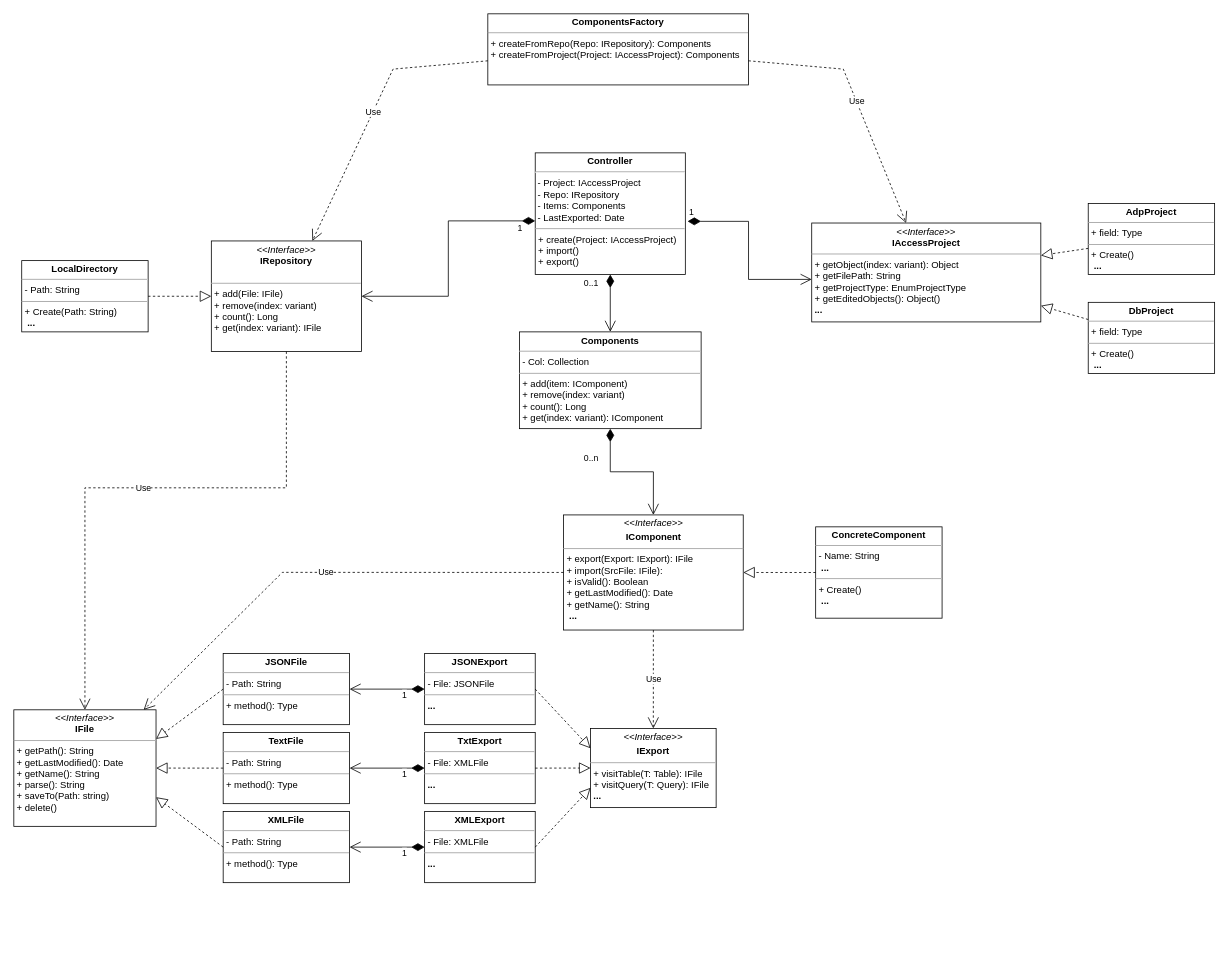
Above: Class Diagram.drawio in Whiskeyless/msaccess-vcs-integration (draw.io), before the change. Source tidied: cells renumbered, new cells numbered last; positions are measured from the earlier drawing's top-left corner, leaving out a move shared by most shapes. Both pictures are drawn from the tidied source at 79%, with x=0, y=0 at pixel (13, 13).
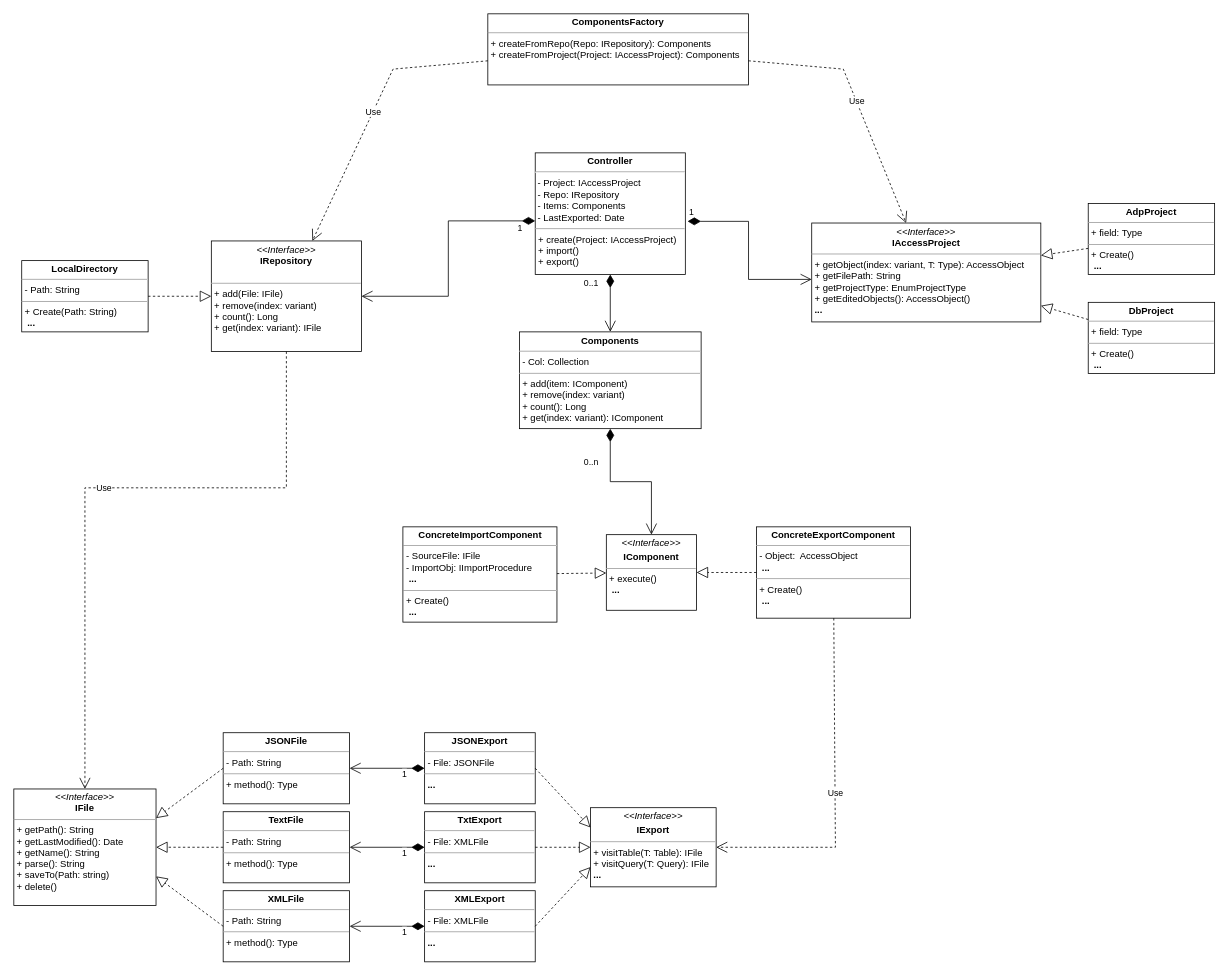
The same diagram, later.

The edit, as a diff of the source:
```diff
@@
-    <mxCell id="2" value="&lt;p style=&quot;margin:0px;margin-top:4px;text-align:center;&quot;&gt;&lt;i&gt;&amp;lt;&amp;lt;Interface&amp;gt;&amp;gt;&lt;b&gt;&lt;br&gt;&lt;/b&gt;&lt;/i&gt;&lt;b&gt;IAccessProject&lt;/b&gt;&lt;/p&gt;&lt;hr size=&quot;1&quot;&gt;&lt;p style=&quot;margin:0px;margin-left:4px;&quot;&gt;+ getObject(index: variant): Object&lt;/p&gt;&lt;p style=&quot;margin:0px;margin-left:4px;&quot;&gt;+ getFilePath: String&lt;/p&gt;&lt;p style=&quot;margin:0px;margin-left:4px;&quot;&gt;+ getProjectType: EnumProjectType&lt;/p&gt;&lt;p style=&quot;margin:0px;margin-left:4px;&quot;&gt;+ getEditedObjects(): Object()&lt;/p&gt;&lt;p style=&quot;margin:0px;margin-left:4px;&quot;&gt;&lt;b&gt;...&lt;/b&gt;&lt;/p&gt;" style="verticalAlign=top;align=left;overflow=fill;fontSize=12;fontFamily=Helvetica;html=1;" parent="1" vertex="1">
+    <mxCell id="2" value="&lt;p style=&quot;margin:0px;margin-top:4px;text-align:center;&quot;&gt;&lt;i&gt;&amp;lt;&amp;lt;Interface&amp;gt;&amp;gt;&lt;b&gt;&lt;br&gt;&lt;/b&gt;&lt;/i&gt;&lt;b&gt;IAccessProject&lt;/b&gt;&lt;/p&gt;&lt;hr size=&quot;1&quot;&gt;&lt;p style=&quot;margin:0px;margin-left:4px;&quot;&gt;+ getObject(index: variant, T: Type): AccessObject&lt;/p&gt;&lt;p style=&quot;margin:0px;margin-left:4px;&quot;&gt;+ getFilePath: String&lt;/p&gt;&lt;p style=&quot;margin:0px;margin-left:4px;&quot;&gt;+ getProjectType: EnumProjectType&lt;/p&gt;&lt;p style=&quot;margin:0px;margin-left:4px;&quot;&gt;+ getEditedObjects(): AccessObject()&lt;/p&gt;&lt;p style=&quot;margin:0px;margin-left:4px;&quot;&gt;&lt;b&gt;...&lt;/b&gt;&lt;/p&gt;" style="verticalAlign=top;align=left;overflow=fill;fontSize=12;fontFamily=Helvetica;html=1;" parent="1" vertex="1">
       <mxGeometry x="1010" y="264.8" width="290" height="125.2" as="geometry" />
     </mxCell>
@@
-    <mxCell id="7" value="&lt;p style=&quot;margin:0px;margin-top:4px;text-align:center;&quot;&gt;&lt;b&gt;ConcreteComponent&lt;/b&gt;&lt;/p&gt;&lt;hr size=&quot;1&quot;&gt;&lt;p style=&quot;margin:0px;margin-left:4px;&quot;&gt;- Name: String&lt;/p&gt;&lt;p style=&quot;margin:0px;margin-left:4px;&quot;&gt;&lt;span style=&quot;background-color: initial;&quot;&gt;&amp;nbsp;&lt;/span&gt;&lt;b style=&quot;background-color: initial;&quot;&gt;...&lt;/b&gt;&lt;br&gt;&lt;/p&gt;&lt;hr size=&quot;1&quot;&gt;&lt;p style=&quot;margin:0px;margin-left:4px;&quot;&gt;+ Create()&lt;/p&gt;&lt;p style=&quot;margin:0px;margin-left:4px;&quot;&gt;&amp;nbsp;&lt;b&gt;...&lt;/b&gt;&lt;/p&gt;" style="verticalAlign=top;align=left;overflow=fill;fontSize=12;fontFamily=Helvetica;html=1;" parent="1" vertex="1">
-      <mxGeometry x="1015" y="649.4" width="160" height="115.6" as="geometry" />
+    <mxCell id="7" value="&lt;p style=&quot;margin:0px;margin-top:4px;text-align:center;&quot;&gt;&lt;b&gt;ConcreteExportComponent&lt;/b&gt;&lt;/p&gt;&lt;hr size=&quot;1&quot;&gt;&lt;p style=&quot;margin:0px;margin-left:4px;&quot;&gt;- Object:&amp;nbsp; AccessObject&lt;/p&gt;&lt;p style=&quot;margin:0px;margin-left:4px;&quot;&gt;&lt;span style=&quot;background-color: initial;&quot;&gt;&amp;nbsp;&lt;/span&gt;&lt;b style=&quot;background-color: initial;&quot;&gt;...&lt;/b&gt;&lt;br&gt;&lt;/p&gt;&lt;hr size=&quot;1&quot;&gt;&lt;p style=&quot;margin:0px;margin-left:4px;&quot;&gt;+ Create()&lt;/p&gt;&lt;p style=&quot;margin:0px;margin-left:4px;&quot;&gt;&amp;nbsp;&lt;b&gt;...&lt;/b&gt;&lt;/p&gt;" style="verticalAlign=top;align=left;overflow=fill;fontSize=12;fontFamily=Helvetica;html=1;" parent="1" vertex="1">
+      <mxGeometry x="940" y="649.4" width="195" height="115.6" as="geometry" />
     </mxCell>
-    <mxCell id="8" value="&lt;p style=&quot;margin:0px;margin-top:4px;text-align:center;&quot;&gt;&lt;i&gt;&amp;lt;&amp;lt;Interface&amp;gt;&amp;gt;&lt;/i&gt;&lt;br&gt;&lt;/p&gt;&lt;p style=&quot;margin:0px;margin-top:4px;text-align:center;&quot;&gt;&lt;b&gt;IComponent&lt;/b&gt;&lt;/p&gt;&lt;hr size=&quot;1&quot;&gt;&lt;p style=&quot;margin: 0px 0px 0px 4px;&quot;&gt;+ export(Export: IExport): IFile&lt;/p&gt;&lt;p style=&quot;margin: 0px 0px 0px 4px;&quot;&gt;+ import(SrcFile: IFile):&lt;/p&gt;&lt;p style=&quot;margin: 0px 0px 0px 4px;&quot;&gt;+ isValid(): Boolean&lt;/p&gt;&lt;p style=&quot;margin: 0px 0px 0px 4px;&quot;&gt;+ getLastModified(): Date&lt;/p&gt;&lt;p style=&quot;margin: 0px 0px 0px 4px;&quot;&gt;+ getName(): String&lt;/p&gt;&lt;p style=&quot;margin: 0px 0px 0px 4px;&quot;&gt;&lt;b&gt;&amp;nbsp;...&lt;/b&gt;&lt;/p&gt;&lt;p style=&quot;margin:0px;margin-left:4px;&quot;&gt;&lt;br&gt;&lt;/p&gt;" style="verticalAlign=top;align=left;overflow=fill;fontSize=12;fontFamily=Helvetica;html=1;" parent="1" vertex="1">
-      <mxGeometry x="695.8" y="634.3" width="227.5" height="145.7" as="geometry" />
+    <mxCell id="8" value="&lt;p style=&quot;margin:0px;margin-top:4px;text-align:center;&quot;&gt;&lt;i&gt;&amp;lt;&amp;lt;Interface&amp;gt;&amp;gt;&lt;/i&gt;&lt;br&gt;&lt;/p&gt;&lt;p style=&quot;margin:0px;margin-top:4px;text-align:center;&quot;&gt;&lt;b&gt;IComponent&lt;/b&gt;&lt;/p&gt;&lt;hr size=&quot;1&quot;&gt;&lt;p style=&quot;margin: 0px 0px 0px 4px;&quot;&gt;+ execute()&lt;/p&gt;&lt;p style=&quot;margin: 0px 0px 0px 4px;&quot;&gt;&lt;b&gt;&amp;nbsp;...&lt;/b&gt;&lt;/p&gt;&lt;p style=&quot;margin:0px;margin-left:4px;&quot;&gt;&lt;br&gt;&lt;/p&gt;" style="verticalAlign=top;align=left;overflow=fill;fontSize=12;fontFamily=Helvetica;html=1;" parent="1" vertex="1">
+      <mxGeometry x="750" y="659.3" width="114.2" height="95.7" as="geometry" />
     </mxCell>
@@
     <mxCell id="10" value="&lt;p style=&quot;margin:0px;margin-top:4px;text-align:center;&quot;&gt;&lt;i&gt;&amp;lt;&amp;lt;Interface&amp;gt;&amp;gt;&lt;/i&gt;&lt;br&gt;&lt;/p&gt;&lt;p style=&quot;margin:0px;margin-top:4px;text-align:center;&quot;&gt;&lt;b&gt;IExport&lt;/b&gt;&lt;/p&gt;&lt;hr size=&quot;1&quot;&gt;&lt;p style=&quot;margin:0px;margin-left:4px;&quot;&gt;+ visitTable(T: Table): IFile&lt;br&gt;+ visitQuery(T: Query): IFile&lt;/p&gt;&lt;p style=&quot;margin:0px;margin-left:4px;&quot;&gt;&lt;b style=&quot;background-color: initial;&quot;&gt;...&lt;/b&gt;&lt;br&gt;&lt;/p&gt;" style="verticalAlign=top;align=left;overflow=fill;fontSize=12;fontFamily=Helvetica;html=1;" parent="1" vertex="1">
-      <mxGeometry x="730" y="904.6" width="159" height="100.2" as="geometry" />
+      <mxGeometry x="730" y="1004.9" width="159" height="100.2" as="geometry" />
     </mxCell>
     <mxCell id="11" value="&lt;p style=&quot;margin:0px;margin-top:4px;text-align:center;&quot;&gt;&lt;b&gt;XMLExport&lt;/b&gt;&lt;/p&gt;&lt;hr size=&quot;1&quot;&gt;&lt;p style=&quot;margin:0px;margin-left:4px;&quot;&gt;- File: XMLFile&lt;/p&gt;&lt;hr size=&quot;1&quot;&gt;&lt;p style=&quot;margin: 0px 0px 0px 4px;&quot;&gt;&lt;b&gt;...&lt;/b&gt;&lt;/p&gt;" style="verticalAlign=top;align=left;overflow=fill;fontSize=12;fontFamily=Helvetica;html=1;" parent="1" vertex="1">
-      <mxGeometry x="520" y="1009.8" width="140" height="90" as="geometry" />
+      <mxGeometry x="520" y="1110" width="140" height="90" as="geometry" />
     </mxCell>
     <mxCell id="12" value="&lt;p style=&quot;margin:0px;margin-top:4px;text-align:center;&quot;&gt;&lt;b&gt;JSONExport&lt;/b&gt;&lt;/p&gt;&lt;hr size=&quot;1&quot;&gt;&lt;p style=&quot;margin:0px;margin-left:4px;&quot;&gt;- File: JSONFile&lt;/p&gt;&lt;hr size=&quot;1&quot;&gt;&lt;p style=&quot;margin:0px;margin-left:4px;&quot;&gt;&lt;b style=&quot;background-color: initial;&quot;&gt;...&lt;/b&gt;&lt;br&gt;&lt;/p&gt;" style="verticalAlign=top;align=left;overflow=fill;fontSize=12;fontFamily=Helvetica;html=1;" parent="1" vertex="1">
-      <mxGeometry x="520" y="809.8" width="140" height="90" as="geometry" />
+      <mxGeometry x="520" y="910" width="140" height="90" as="geometry" />
     </mxCell>
@@
     <mxCell id="15" value="&lt;p style=&quot;margin:0px;margin-top:4px;text-align:center;&quot;&gt;&lt;i&gt;&amp;lt;&amp;lt;Interface&amp;gt;&amp;gt;&lt;/i&gt;&lt;br&gt;&lt;b&gt;IFile&lt;/b&gt;&lt;/p&gt;&lt;hr size=&quot;1&quot;&gt;&lt;p style=&quot;margin:0px;margin-left:4px;&quot;&gt;+ getPath(): String&lt;/p&gt;&lt;p style=&quot;margin:0px;margin-left:4px;&quot;&gt;+ getLastModified(): Date&lt;/p&gt;&lt;p style=&quot;margin:0px;margin-left:4px;&quot;&gt;+ getName(): String&lt;/p&gt;&lt;p style=&quot;margin:0px;margin-left:4px;&quot;&gt;&lt;span style=&quot;background-color: initial;&quot;&gt;+ parse(): String&lt;/span&gt;&lt;/p&gt;&lt;p style=&quot;margin:0px;margin-left:4px;&quot;&gt;+ saveTo(Path: string)&lt;/p&gt;&lt;p style=&quot;margin:0px;margin-left:4px;&quot;&gt;+ delete()&lt;/p&gt;" style="verticalAlign=top;align=left;overflow=fill;fontSize=12;fontFamily=Helvetica;html=1;" parent="1" vertex="1">
-      <mxGeometry y="881" width="180" height="147.5" as="geometry" />
+      <mxGeometry y="981.2" width="180" height="147.5" as="geometry" />
     </mxCell>
     <mxCell id="16" value="&lt;p style=&quot;margin:0px;margin-top:4px;text-align:center;&quot;&gt;&lt;b&gt;JSONFile&lt;/b&gt;&lt;/p&gt;&lt;hr size=&quot;1&quot;&gt;&lt;p style=&quot;margin:0px;margin-left:4px;&quot;&gt;- Path: String&lt;/p&gt;&lt;hr size=&quot;1&quot;&gt;&lt;p style=&quot;margin:0px;margin-left:4px;&quot;&gt;+ method(): Type&lt;/p&gt;" style="verticalAlign=top;align=left;overflow=fill;fontSize=12;fontFamily=Helvetica;html=1;" parent="1" vertex="1">
-      <mxGeometry x="265" y="809.8" width="160" height="90" as="geometry" />
+      <mxGeometry x="265" y="910" width="160" height="90" as="geometry" />
     </mxCell>
     <mxCell id="17" value="&lt;p style=&quot;margin:0px;margin-top:4px;text-align:center;&quot;&gt;&lt;b&gt;XMLFile&lt;/b&gt;&lt;/p&gt;&lt;hr size=&quot;1&quot;&gt;&lt;p style=&quot;margin:0px;margin-left:4px;&quot;&gt;- Path: String&lt;/p&gt;&lt;hr size=&quot;1&quot;&gt;&lt;p style=&quot;margin:0px;margin-left:4px;&quot;&gt;+ method(): Type&lt;/p&gt;" style="verticalAlign=top;align=left;overflow=fill;fontSize=12;fontFamily=Helvetica;html=1;" parent="1" vertex="1">
-      <mxGeometry x="265" y="1009.8" width="160" height="90" as="geometry" />
+      <mxGeometry x="265" y="1110" width="160" height="90" as="geometry" />
     </mxCell>
     <mxCell id="18" value="&lt;p style=&quot;margin:0px;margin-top:4px;text-align:center;&quot;&gt;&lt;b&gt;TextFile&lt;/b&gt;&lt;/p&gt;&lt;hr size=&quot;1&quot;&gt;&lt;p style=&quot;margin:0px;margin-left:4px;&quot;&gt;- Path: String&lt;/p&gt;&lt;hr size=&quot;1&quot;&gt;&lt;p style=&quot;margin:0px;margin-left:4px;&quot;&gt;+ method(): Type&lt;/p&gt;" style="verticalAlign=top;align=left;overflow=fill;fontSize=12;fontFamily=Helvetica;html=1;" parent="1" vertex="1">
-      <mxGeometry x="265" y="909.8" width="160" height="90" as="geometry" />
+      <mxGeometry x="265" y="1010" width="160" height="90" as="geometry" />
     </mxCell>
@@
-    <mxCell id="25" value="Use" style="endArrow=open;endSize=12;dashed=1;html=1;rounded=0;" parent="1" edge="1" source="8" target="10">
-      <mxGeometry relative="1" as="geometry" />
-    </mxCell>
@@
     <mxCell id="31" value="&lt;p style=&quot;margin:0px;margin-top:4px;text-align:center;&quot;&gt;&lt;b&gt;TxtExport&lt;/b&gt;&lt;/p&gt;&lt;hr size=&quot;1&quot;&gt;&lt;p style=&quot;margin:0px;margin-left:4px;&quot;&gt;- File: XMLFile&lt;/p&gt;&lt;hr size=&quot;1&quot;&gt;&lt;p style=&quot;margin: 0px 0px 0px 4px;&quot;&gt;&lt;b style=&quot;background-color: initial;&quot;&gt;...&lt;/b&gt;&lt;br&gt;&lt;/p&gt;" style="verticalAlign=top;align=left;overflow=fill;fontSize=12;fontFamily=Helvetica;html=1;" parent="1" vertex="1">
-      <mxGeometry x="520" y="909.8" width="140" height="90" as="geometry" />
+      <mxGeometry x="520" y="1010" width="140" height="90" as="geometry" />
     </mxCell>
@@
-    <mxCell id="41" value="Use" style="endArrow=open;endSize=12;dashed=1;html=1;rounded=0;" parent="1" edge="1" source="8" target="15">
-      <mxGeometry relative="1" as="geometry">
-        <Array as="points">
-          <mxPoint x="340" y="707" />
-        </Array>
-      </mxGeometry>
-    </mxCell>
+    <mxCell id="42" value="&lt;p style=&quot;margin:0px;margin-top:4px;text-align:center;&quot;&gt;&lt;b&gt;ConcreteImportComponent&lt;/b&gt;&lt;/p&gt;&lt;hr size=&quot;1&quot;&gt;&lt;p style=&quot;margin:0px;margin-left:4px;&quot;&gt;- SourceFile: IFile&lt;/p&gt;&lt;p style=&quot;margin:0px;margin-left:4px;&quot;&gt;- ImportObj: IImportProcedure&lt;/p&gt;&lt;p style=&quot;margin:0px;margin-left:4px;&quot;&gt;&lt;span style=&quot;background-color: initial;&quot;&gt;&amp;nbsp;&lt;/span&gt;&lt;b style=&quot;background-color: initial;&quot;&gt;...&lt;/b&gt;&lt;br&gt;&lt;/p&gt;&lt;hr size=&quot;1&quot;&gt;&lt;p style=&quot;margin:0px;margin-left:4px;&quot;&gt;+ Create()&lt;/p&gt;&lt;p style=&quot;margin:0px;margin-left:4px;&quot;&gt;&amp;nbsp;&lt;b&gt;...&lt;/b&gt;&lt;/p&gt;" style="verticalAlign=top;align=left;overflow=fill;fontSize=12;fontFamily=Helvetica;html=1;" parent="1" vertex="1">
+      <mxGeometry x="492.5" y="649.4" width="195" height="120.6" as="geometry" />
+    </mxCell>
+    <mxCell id="43" style="endArrow=block;dashed=1;endFill=0;endSize=12;html=1;rounded=0;" parent="1" edge="1" source="42" target="8">
+      <mxGeometry relative="1" as="geometry" />
+    </mxCell>
+    <mxCell id="44" value="Use" style="endArrow=open;endSize=12;dashed=1;html=1;rounded=0;" parent="1" edge="1" source="7" target="10">
+      <mxGeometry relative="1" as="geometry">
+        <Array as="points">
+          <mxPoint x="1040" y="1055" />
+        </Array>
+      </mxGeometry>
+    </mxCell>
```
